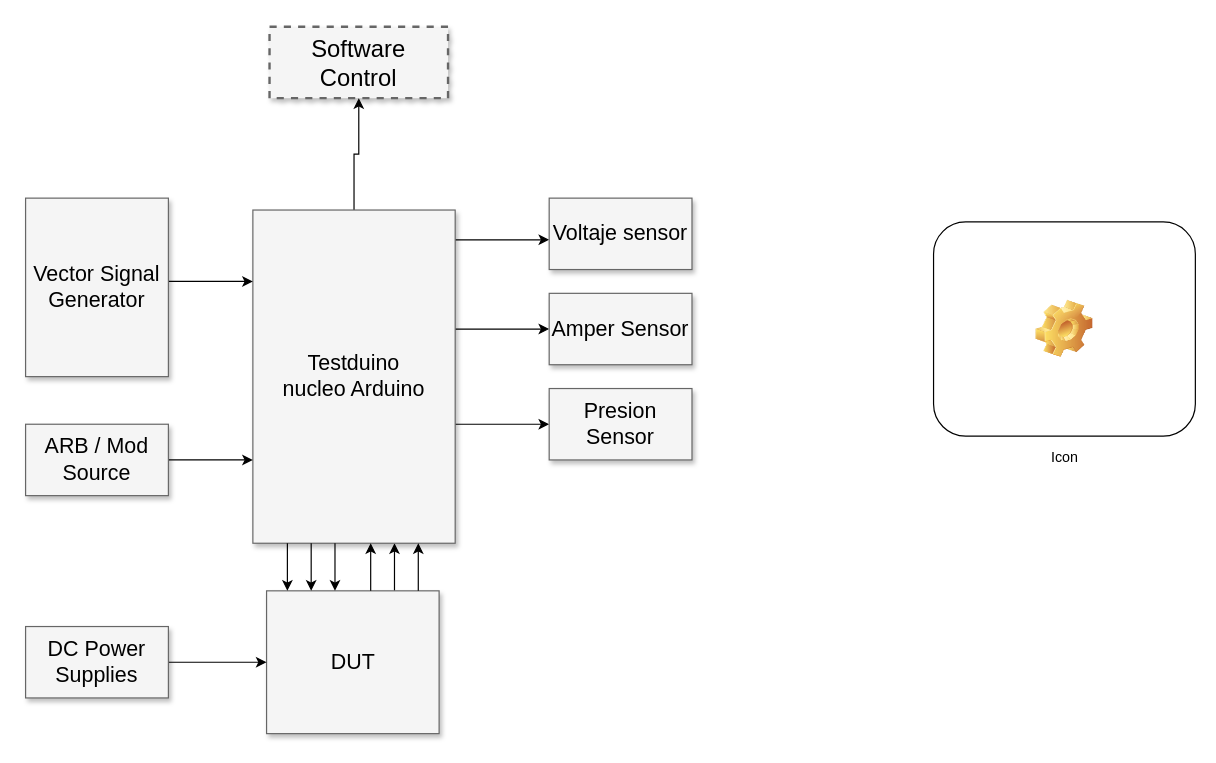
This is RDI1_Draw/RDI1_.drawio from lordHodges/docsTestduino, a draw.io file, before an edit. Source tidied: cells renumbered, new cells numbered last; positions are measured from the earlier drawing's top-left corner, leaving out a move shared by most shapes. Both pictures are drawn from the tidied source at 119%, with x=0, y=0 at pixel (25, 26).
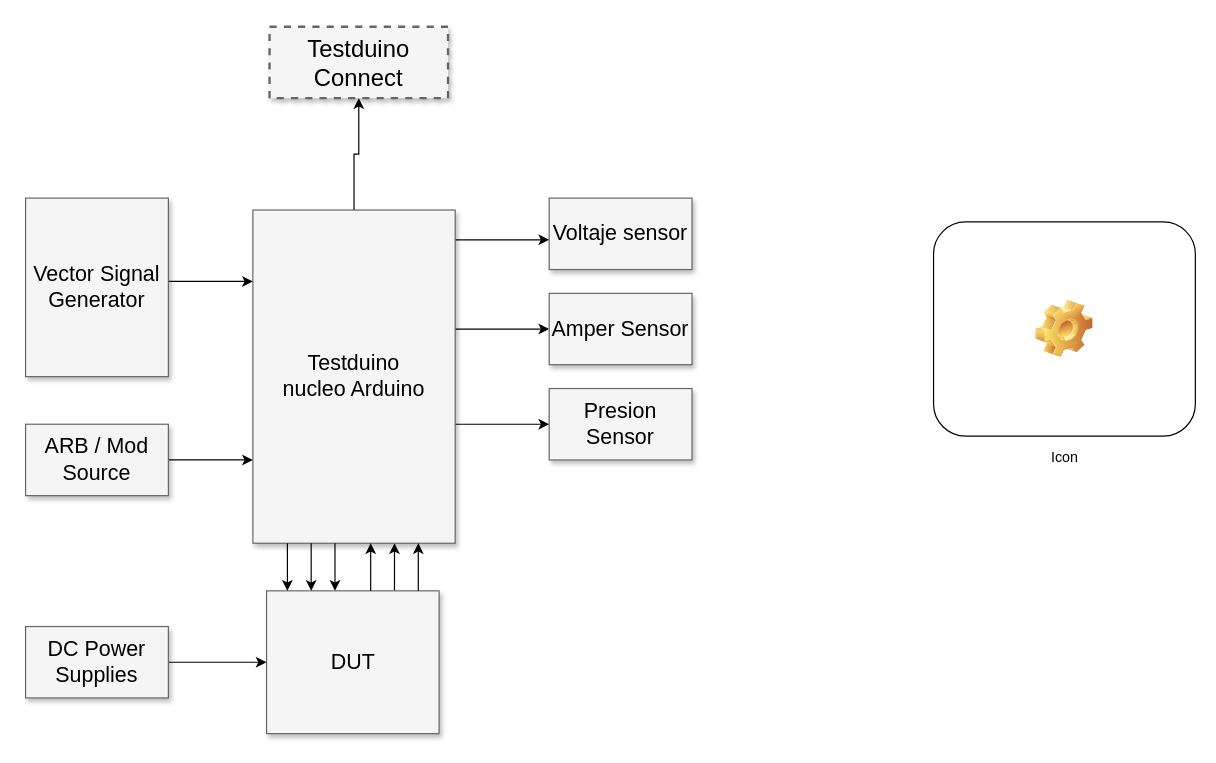
After the change.

Commit message:
iniciando Repositorio Documntacion. close #1

Diff of the diagram source:
```diff
@@
-    <mxCell id="2" value="Software Control" style="whiteSpace=wrap;html=1;shadow=1;fontSize=20;fillColor=#f5f5f5;strokeColor=#666666;strokeWidth=2;dashed=1;" parent="1" vertex="1">
+    <mxCell id="2" value="Testduino Connect" style="whiteSpace=wrap;html=1;shadow=1;fontSize=20;fillColor=#f5f5f5;strokeColor=#666666;strokeWidth=2;dashed=1;" parent="1" vertex="1">
       <mxGeometry x="205" width="150" height="60" as="geometry" />
     </mxCell>
```
